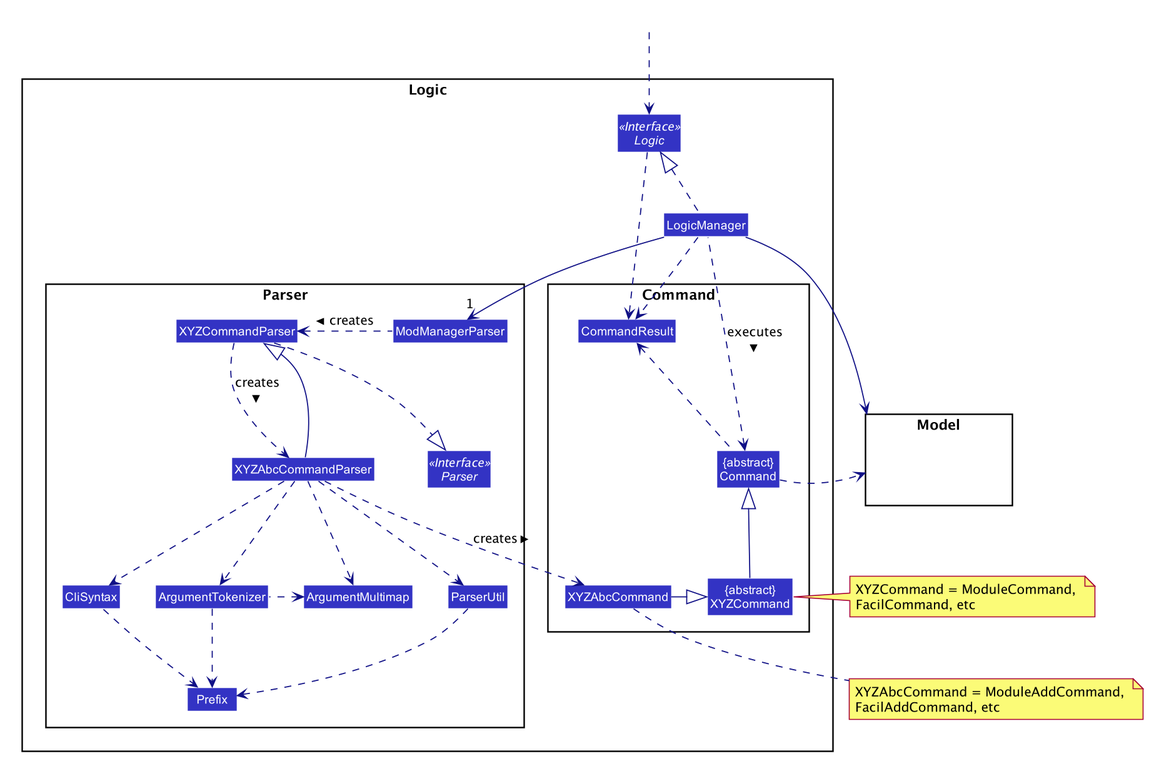
Above: docs/images/LogicClassDiagram.png in zixinn/main (PlantUML), before the change.
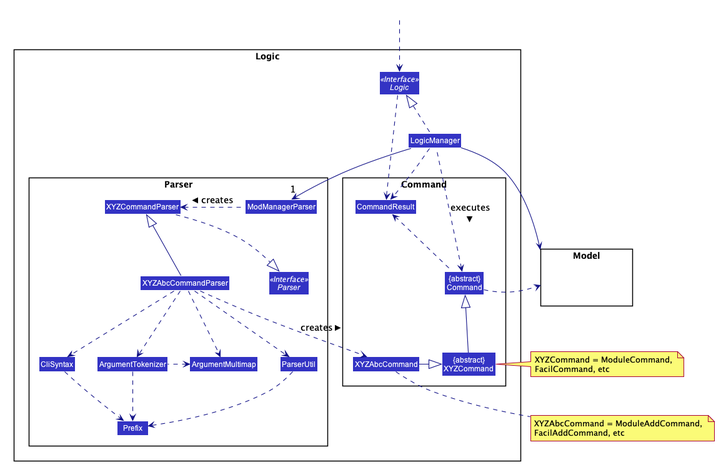
The same diagram one commit later.

Diff of the diagram source:
```diff
@@ -40,6 +40,7 @@
     FontSize 50
 }
 
+skinparam ArrowFontSize 40
 skinparam MinClassWidth 50
 skinparam ParticipantPadding 10
 skinparam Shadowing false
@@ -52,6 +53,7 @@
 skinparam arrowThickness 1.1
 skinparam arrowColor #101086
 skinparam classBackgroundColor #3333C4
+skinparam ArrowFontSize 15
 
 package Logic {
 
@@ -90,7 +92,6 @@
 ModManagerParser .left.> XYZCommandParser: creates >
 
 XYZAbcCommandParser ..> XYZAbcCommand : creates >
-XYZCommandParser ..> XYZAbcCommandParser : creates >
 XYZCommandParser ..|> Parser
 XYZAbcCommandParser ..> ArgumentMultimap
 XYZAbcCommandParser ..> ArgumentTokenizer
```
